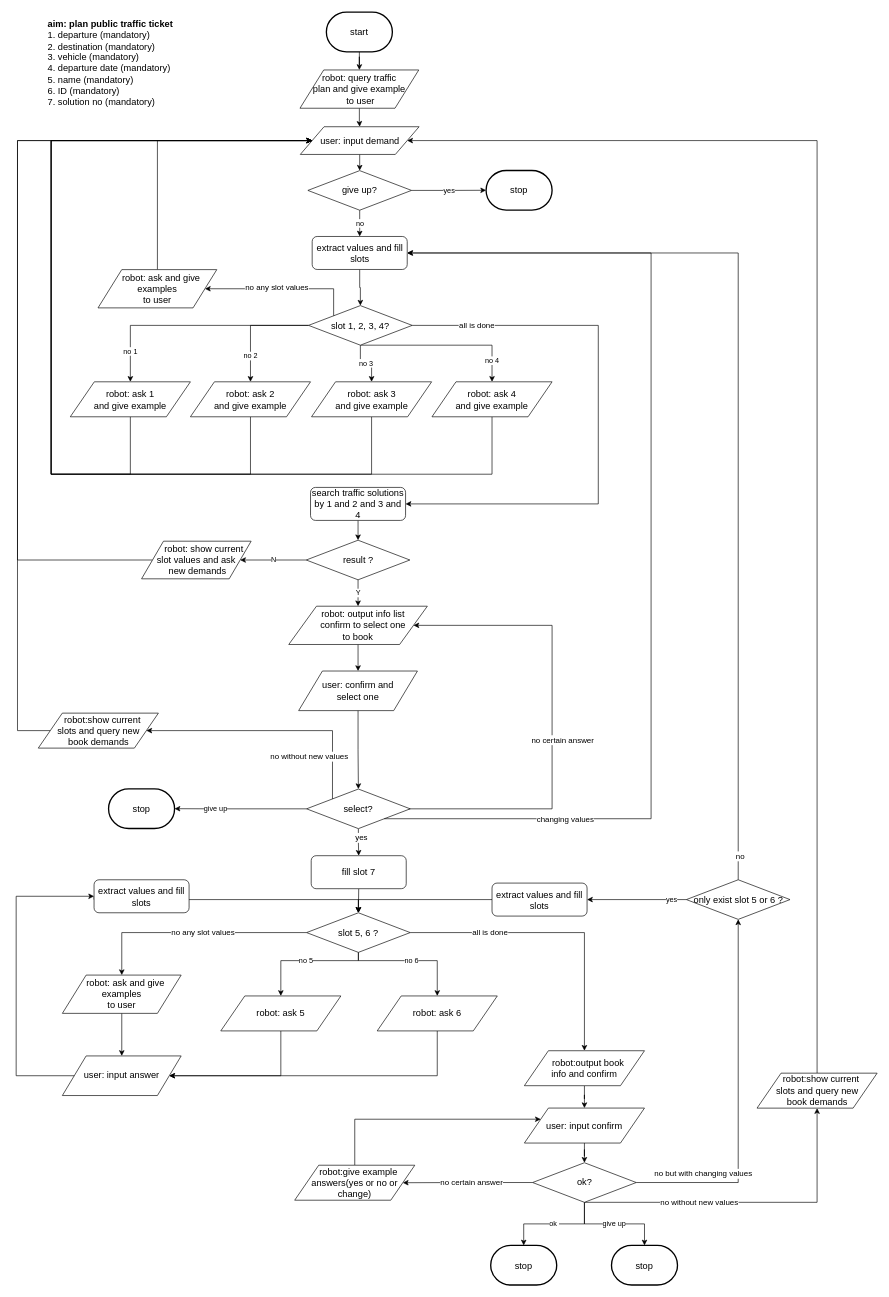
ricosr/travel_consult_chatbot keeps this draw.io diagram as flow_diagram/book_plan.drawio. Above is the earlier version. Source tidied: cells renumbered, new cells numbered last; positions are measured from the earlier drawing's top-left corner, leaving out a move shared by most shapes. Both pictures are drawn from the tidied source at 66%, with x=0, y=0 at pixel (16, 12).
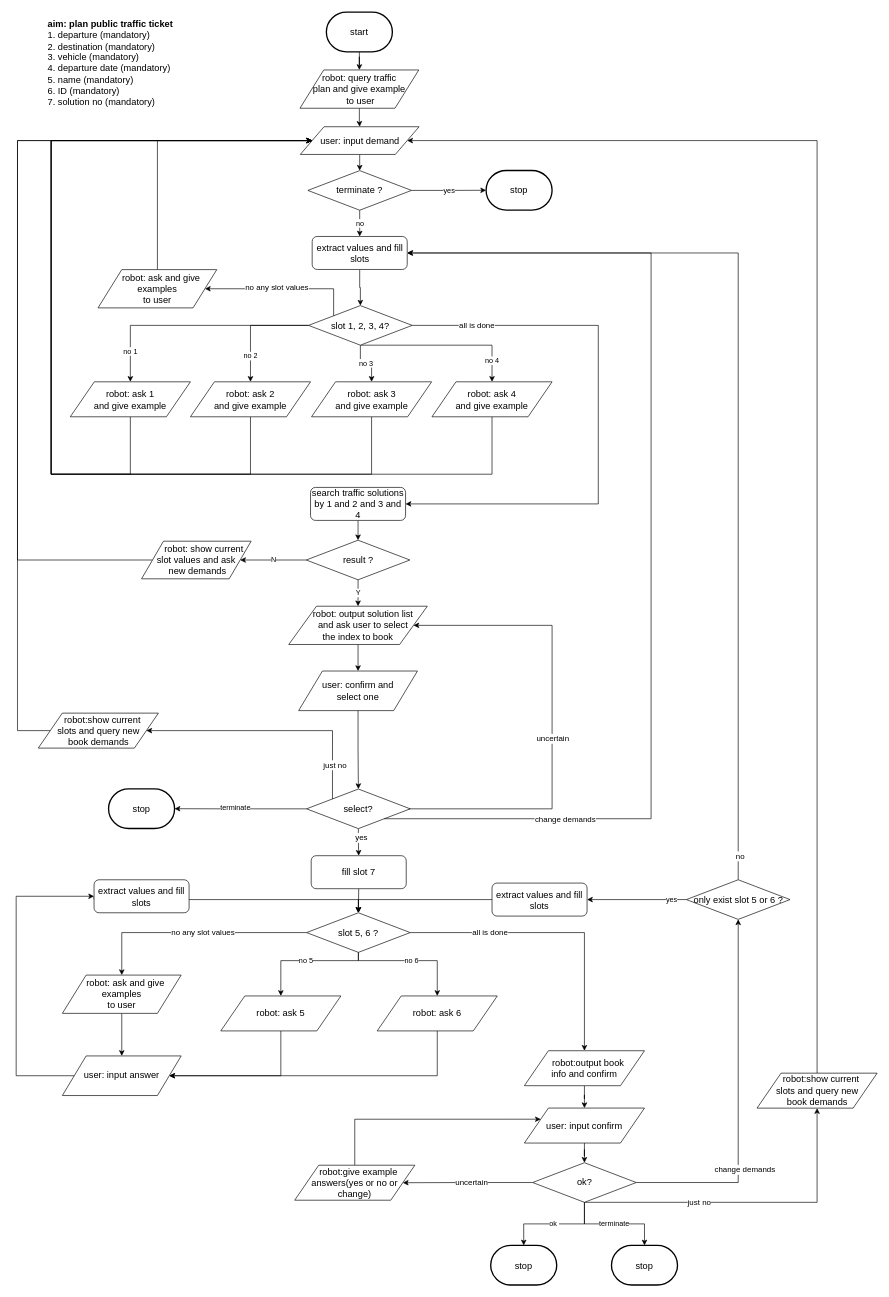
Above is the later version.

The change refers to these unchanged cells:
```xml
<mxCell id="31" style="edgeStyle=orthogonalEdgeStyle;rounded=0;jettySize=auto;html=1;exitX=0.955;exitY=0.5;exitDx=0;exitDy=0;entryX=1;entryY=0.5;entryDx=0;entryDy=0;exitPerimeter=0;" parent="1" edge="1" source="33" target="27">
  <mxGeometry relative="1" as="geometry">
    <Array as="points">
      <mxPoint x="812" y="1207" />
      <mxPoint x="812" y="929" />
    </Array>
  </mxGeometry>
</mxCell>
<mxCell id="33" value="&lt;font style=&quot;font-size: 14px&quot;&gt;select?&lt;br&gt;&lt;/font&gt;" style="rhombus;whiteSpace=wrap;html=1;" parent="1" vertex="1">
  <mxGeometry x="440" y="1177" width="157" height="60" as="geometry" />
</mxCell>
<mxCell id="52" style="edgeStyle=orthogonalEdgeStyle;rounded=0;jettySize=auto;html=1;exitX=0.5;exitY=1;exitDx=0;exitDy=0;entryX=0.5;entryY=1;entryDx=0;entryDy=0;" parent="1" edge="1" source="59" target="86">
  <mxGeometry relative="1" as="geometry">
    <Array as="points">
      <mxPoint x="1213.5" y="1803" />
    </Array>
  </mxGeometry>
</mxCell>
<mxCell id="54" style="edgeStyle=orthogonalEdgeStyle;rounded=0;jettySize=auto;html=1;exitX=1;exitY=0.5;exitDx=0;exitDy=0;entryX=0.5;entryY=1;entryDx=0;entryDy=0;" parent="1" edge="1" source="59" target="94">
  <mxGeometry relative="1" as="geometry">
    <Array as="points">
      <mxPoint x="1094" y="1773" />
    </Array>
  </mxGeometry>
</mxCell>
<mxCell id="57" style="edgeStyle=orthogonalEdgeStyle;rounded=0;jettySize=auto;html=1;exitX=0;exitY=0.5;exitDx=0;exitDy=0;entryX=1;entryY=0.5;entryDx=0;entryDy=0;" parent="1" edge="1" source="59" target="82">
  <mxGeometry relative="1" as="geometry" />
</mxCell>
<mxCell id="59" value="&lt;font style=&quot;font-size: 14px&quot;&gt;ok?&lt;br&gt;&lt;/font&gt;" style="rhombus;whiteSpace=wrap;html=1;" parent="1" vertex="1">
  <mxGeometry x="782.5" y="1743.2" width="157" height="60" as="geometry" />
</mxCell>
<mxCell id="61" style="edgeStyle=orthogonalEdgeStyle;rounded=0;jettySize=auto;html=1;entryX=1;entryY=0.5;entryDx=0;entryDy=0;exitX=1;exitY=1;exitDx=0;exitDy=0;" parent="1" edge="1" source="33" target="70">
  <mxGeometry relative="1" as="geometry">
    <Array as="points">
      <mxPoint x="962" y="1222" />
      <mxPoint x="962" y="365" />
    </Array>
  </mxGeometry>
</mxCell>
<mxCell id="64" style="edgeStyle=orthogonalEdgeStyle;rounded=0;jettySize=auto;html=1;exitX=0;exitY=0;exitDx=0;exitDy=0;entryX=1;entryY=0.5;entryDx=0;entryDy=0;" parent="1" edge="1" source="33" target="88">
  <mxGeometry relative="1" as="geometry">
    <Array as="points">
      <mxPoint x="479.5" y="1088" />
    </Array>
  </mxGeometry>
</mxCell>
<mxCell id="77" value="&lt;font style=&quot;font-size: 14px&quot;&gt;stop&lt;/font&gt;" style="strokeWidth=2;html=1;shape=mxgraph.flowchart.terminator;whiteSpace=wrap;" parent="1" vertex="1">
  <mxGeometry x="140" y="1176.8" width="100" height="60" as="geometry" />
</mxCell>
<mxCell id="80" value="&lt;font style=&quot;font-size: 14px&quot;&gt;stop&lt;/font&gt;" style="strokeWidth=2;html=1;shape=mxgraph.flowchart.terminator;whiteSpace=wrap;" parent="1" vertex="1">
  <mxGeometry x="902" y="1868.5" width="100" height="60" as="geometry" />
</mxCell>
```

Change to the diagram source:
```diff
@@
-    <mxCell id="27" value="&lt;span style=&quot;font-size: 14px ; white-space: normal&quot;&gt;&amp;nbsp; &amp;nbsp; &amp;nbsp;robot:&amp;nbsp;&lt;/span&gt;&lt;span style=&quot;font-size: 14px&quot;&gt;output&amp;nbsp;info list&amp;nbsp;&lt;/span&gt;&lt;br style=&quot;font-size: 14px&quot;&gt;&lt;span style=&quot;font-size: 14px&quot;&gt;&amp;nbsp; &amp;nbsp; confirm to&lt;/span&gt;&lt;span style=&quot;font-size: 14px ; white-space: normal&quot;&gt;&amp;nbsp;select one&lt;br&gt;to book&lt;br&gt;&lt;/span&gt;" style="shape=parallelogram;perimeter=parallelogramPerimeter;whiteSpace=wrap;html=1;" parent="1" vertex="1">
+    <mxCell id="27" value="&lt;span style=&quot;font-size: 14px ; white-space: normal&quot;&gt;&amp;nbsp; &amp;nbsp; &amp;nbsp;robot:&amp;nbsp;&lt;/span&gt;&lt;span style=&quot;font-size: 14px&quot;&gt;output solution list&amp;nbsp;&lt;/span&gt;&lt;br style=&quot;font-size: 14px&quot;&gt;&lt;span style=&quot;font-size: 14px&quot;&gt;&amp;nbsp; &amp;nbsp; and ask user to&lt;/span&gt;&lt;span style=&quot;font-size: 14px ; white-space: normal&quot;&gt;&amp;nbsp;select &lt;br&gt;the index to book&lt;br&gt;&lt;/span&gt;" style="shape=parallelogram;perimeter=parallelogramPerimeter;whiteSpace=wrap;html=1;" parent="1" vertex="1">
       <mxGeometry x="413" y="900" width="210" height="58" as="geometry" />
     </mxCell>
@@
-    <mxCell id="32" value="no certain answer" style="text;html=1;align=center;verticalAlign=middle;labelBackgroundColor=#ffffff;" parent="31" vertex="1">
+    <mxCell id="32" value="uncertain" style="text;html=1;align=center;verticalAlign=middle;labelBackgroundColor=#ffffff;" parent="31" vertex="1">
       <mxGeometry x="-0.34" relative="1" as="geometry">
-        <mxPoint x="15" y="-92.5" as="offset" />
+        <mxPoint y="-94.5" as="offset" />
       </mxGeometry>
     </mxCell>
@@
-    <mxCell id="53" value="no without new values" style="text;html=1;align=center;verticalAlign=middle;labelBackgroundColor=#ffffff;" parent="52" vertex="1">
+    <mxCell id="53" value="just no" style="text;html=1;align=center;verticalAlign=middle;labelBackgroundColor=#ffffff;" parent="52" vertex="1">
       <mxGeometry x="-0.84" y="-4" relative="1" as="geometry">
         <mxPoint x="133" y="-4" as="offset" />
       </mxGeometry>
     </mxCell>
@@
-    <mxCell id="55" value="no but with changing values" style="text;html=1;align=center;verticalAlign=middle;labelBackgroundColor=#ffffff;" parent="54" vertex="1">
+    <mxCell id="55" value="change demands" style="text;html=1;align=center;verticalAlign=middle;labelBackgroundColor=#ffffff;" parent="54" vertex="1">
       <mxGeometry x="-0.87" y="4" relative="1" as="geometry">
-        <mxPoint x="65" y="-9.5" as="offset" />
+        <mxPoint x="127.5" y="-16" as="offset" />
       </mxGeometry>
     </mxCell>
-    <mxCell id="56" value="give up" style="edgeStyle=orthogonalEdgeStyle;rounded=0;jettySize=auto;html=1;exitX=0.5;exitY=1;exitDx=0;exitDy=0;entryX=0.5;entryY=0;entryDx=0;entryDy=0;entryPerimeter=0;" parent="1" edge="1" source="59" target="80">
+    <mxCell id="56" value="terminate" style="edgeStyle=orthogonalEdgeStyle;rounded=0;jettySize=auto;html=1;exitX=0.5;exitY=1;exitDx=0;exitDy=0;entryX=0.5;entryY=0;entryDx=0;entryDy=0;entryPerimeter=0;" parent="1" edge="1" source="59" target="80">
       <mxGeometry relative="1" as="geometry" />
     </mxCell>
@@
-    <mxCell id="58" value="no certain answer" style="text;html=1;align=center;verticalAlign=middle;labelBackgroundColor=#ffffff;" parent="57" vertex="1">
+    <mxCell id="58" value="uncertain" style="text;html=1;align=center;verticalAlign=middle;labelBackgroundColor=#ffffff;" parent="57" vertex="1">
       <mxGeometry x="0.18" y="1" relative="1" as="geometry">
         <mxPoint x="23" y="-1" as="offset" />
       </mxGeometry>
     </mxCell>
@@
-    <mxCell id="62" value="changing values" style="text;html=1;align=center;verticalAlign=middle;labelBackgroundColor=#ffffff;" parent="61" vertex="1">
+    <mxCell id="62" value="change demands" style="text;html=1;align=center;verticalAlign=middle;labelBackgroundColor=#ffffff;" parent="61" vertex="1">
       <mxGeometry x="-0.95" relative="1" as="geometry">
         <mxPoint x="232.5" as="offset" />
       </mxGeometry>
     </mxCell>
@@
-    <mxCell id="65" value="no without new values" style="text;html=1;align=center;verticalAlign=middle;labelBackgroundColor=#ffffff;" parent="64" vertex="1">
+    <mxCell id="65" value="just no" style="text;html=1;align=center;verticalAlign=middle;labelBackgroundColor=#ffffff;" parent="64" vertex="1">
       <mxGeometry x="-0.87" y="1" relative="1" as="geometry">
-        <mxPoint x="-35" y="-39" as="offset" />
+        <mxPoint x="4" y="-26.5" as="offset" />
       </mxGeometry>
     </mxCell>
-    <mxCell id="66" value="give up" style="edgeStyle=orthogonalEdgeStyle;rounded=0;jettySize=auto;html=1;exitX=0;exitY=0.5;exitDx=0;exitDy=0;entryX=1;entryY=0.5;entryDx=0;entryDy=0;entryPerimeter=0;" parent="1" edge="1" source="33" target="77">
-      <mxGeometry x="0.38" relative="1" as="geometry">
+    <mxCell id="66" value="terminate" style="edgeStyle=orthogonalEdgeStyle;rounded=0;jettySize=auto;html=1;exitX=0;exitY=0.5;exitDx=0;exitDy=0;entryX=1;entryY=0.5;entryDx=0;entryDy=0;entryPerimeter=0;" parent="1" edge="1" source="33" target="77">
+      <mxGeometry x="0.28" y="-20" relative="1" as="geometry">
         <Array as="points">
           <mxPoint x="312" y="1207" />
           <mxPoint x="312" y="1207" />
         </Array>
+        <mxPoint x="20" y="19" as="offset" />
       </mxGeometry>
     </mxCell>
@@
-    <mxCell id="73" value="&lt;font style=&quot;font-size: 14px&quot;&gt;give up?&lt;br&gt;&lt;/font&gt;" style="rhombus;whiteSpace=wrap;html=1;" parent="1" vertex="1">
+    <mxCell id="73" value="&lt;font style=&quot;font-size: 14px&quot;&gt;terminate ?&lt;br&gt;&lt;/font&gt;" style="rhombus;whiteSpace=wrap;html=1;" parent="1" vertex="1">
       <mxGeometry x="442" y="240" width="157" height="60" as="geometry" />
     </mxCell>
```
